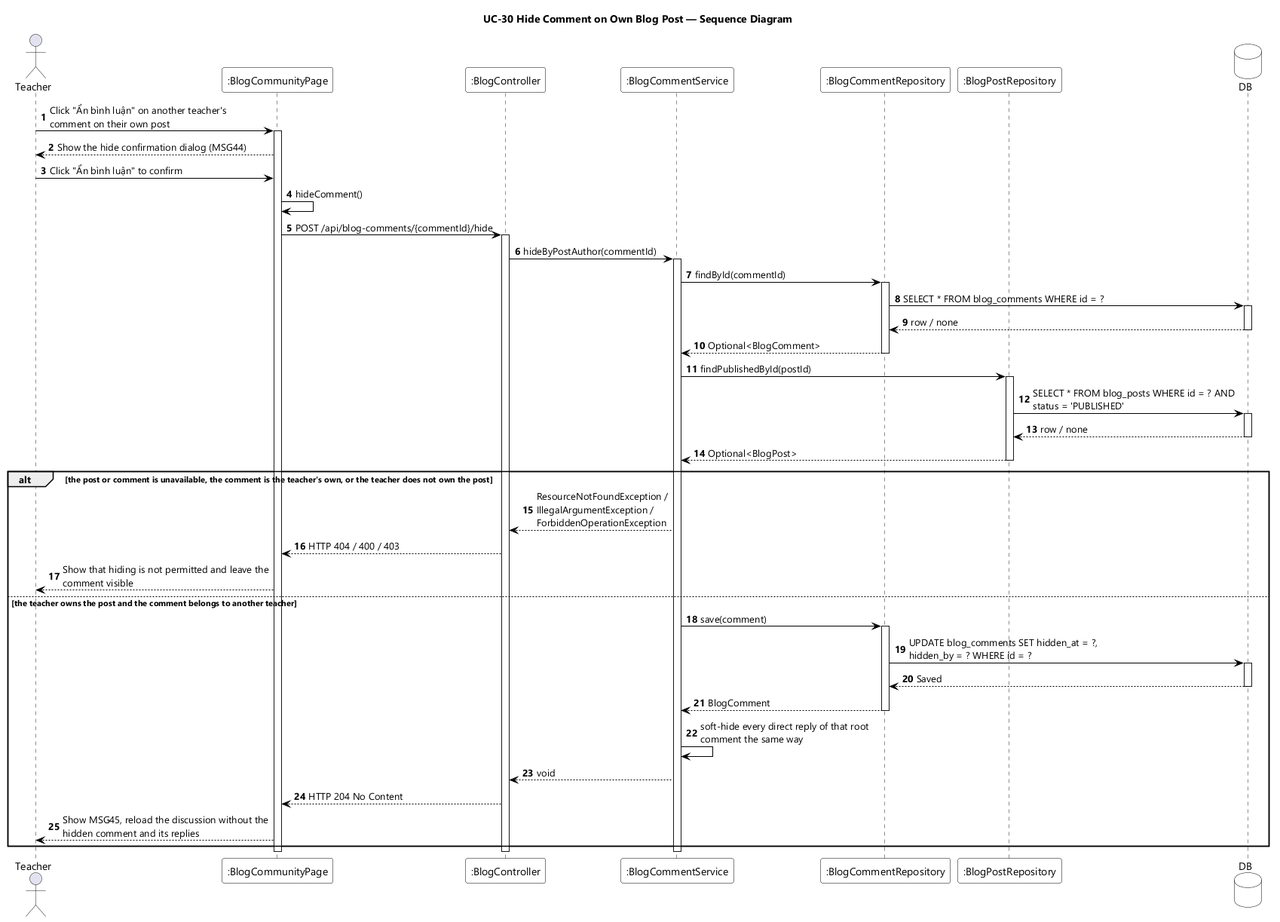
Earlier version of the PlantUML export designs/sds-diagrams/uc30/uc30-sequence-diagram.png (EduA-system/EduA-system). Its diagram source:
```plantuml
@startuml UC-30 Hide Comment on Own Blog Post - Sequence Diagram
skinparamlocked dpi 96
skinparam defaultFontName "Segoe UI"
skinparam shadowing false
skinparam ParticipantBackgroundColor #FFFFFF
skinparam ParticipantBorderColor #000000
skinparam DatabaseBackgroundColor #FFFFFF
skinparam DatabaseBorderColor #000000
skinparam ArrowColor #000000
skinparam sequenceMessageAlign left
skinparam maxMessageSize 280
title UC-30 Hide Comment on Own Blog Post — Sequence Diagram

actor Teacher
participant ":BlogCommunityPage" as UI
participant ":BlogController" as CTL
participant ":BlogCommentService" as SVC
participant ":BlogCommentRepository" as CREPO
participant ":BlogPostRepository" as PREPO
database DB

autonumber
Teacher -> UI : Click "Ẩn bình luận" on another teacher's comment on their own post
activate UI
UI --> Teacher : Show the hide confirmation dialog (MSG44)
Teacher -> UI : Click "Ẩn bình luận" to confirm
UI -> UI : hideComment()
UI -> CTL : POST /api/blog-comments/{commentId}/hide
activate CTL
CTL -> SVC : hideByPostAuthor(commentId)
activate SVC

SVC -> CREPO : findById(commentId)
activate CREPO
CREPO -> DB : SELECT * FROM blog_comments WHERE id = ?
activate DB
DB --> CREPO : row / none
deactivate DB
CREPO --> SVC : Optional<BlogComment>
deactivate CREPO

SVC -> PREPO : findPublishedById(postId)
activate PREPO
PREPO -> DB : SELECT * FROM blog_posts WHERE id = ? AND status = 'PUBLISHED'
activate DB
DB --> PREPO : row / none
deactivate DB
PREPO --> SVC : Optional<BlogPost>
deactivate PREPO

alt the post or comment is unavailable, the comment is the teacher's own, or the teacher does not own the post
  SVC --> CTL : ResourceNotFoundException / IllegalArgumentException / ForbiddenOperationException
  CTL --> UI : HTTP 404 / 400 / 403
  UI --> Teacher : Show that hiding is not permitted and leave the comment visible

else the teacher owns the post and the comment belongs to another teacher
  SVC -> CREPO : save(comment)
  activate CREPO
  CREPO -> DB : UPDATE blog_comments SET hidden_at = ?, hidden_by = ? WHERE id = ?
  activate DB
  DB --> CREPO : Saved
  deactivate DB
  CREPO --> SVC : BlogComment
  deactivate CREPO
  SVC -> SVC : soft-hide every direct reply of that root comment the same way
  SVC --> CTL : void
  CTL --> UI : HTTP 204 No Content
  UI --> Teacher : Show MSG45, reload the discussion without the hidden comment and its replies
end

deactivate SVC
deactivate CTL
deactivate UI
@enduml
```
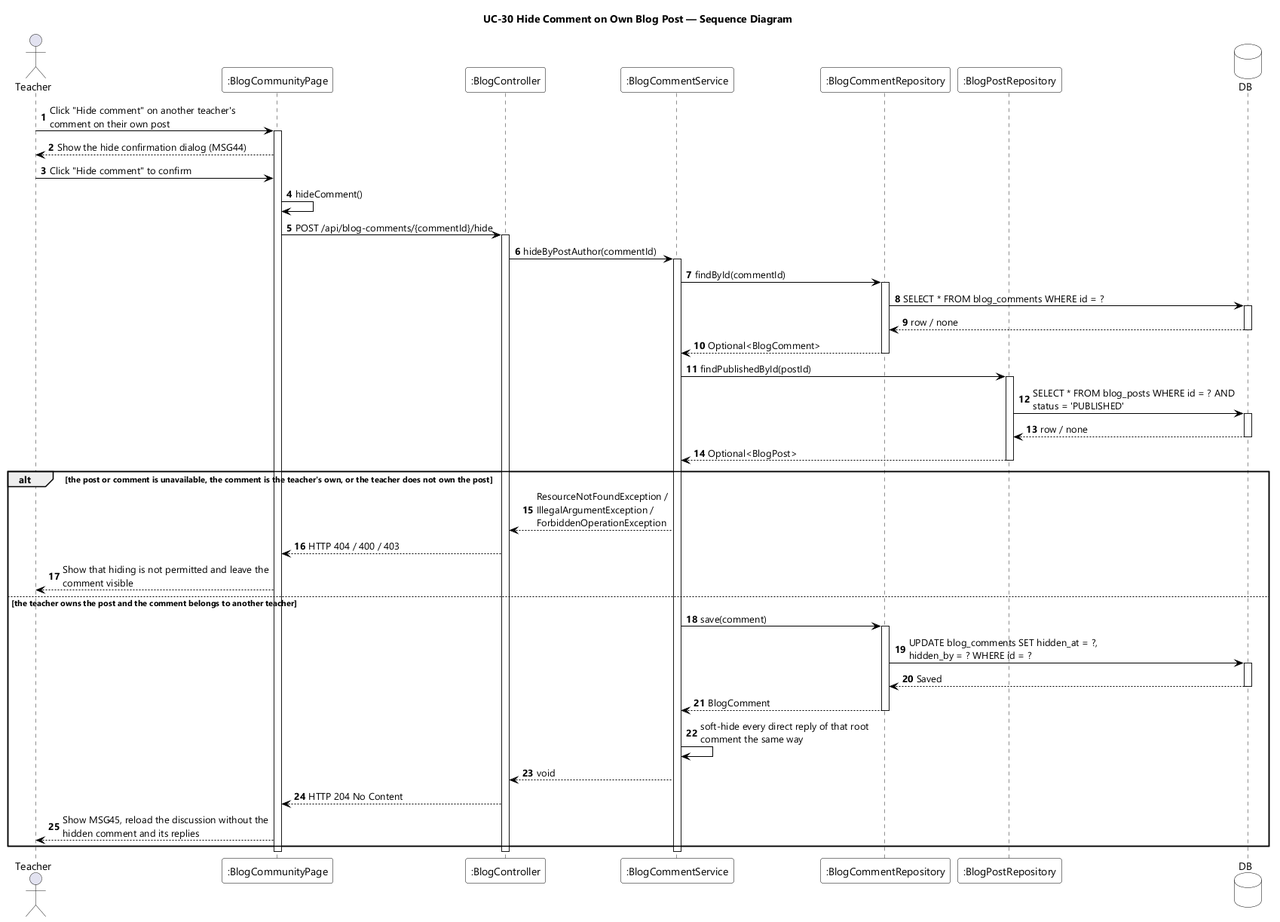
After the commit.

Change to the diagram source:
```diff
@@ -20,10 +20,10 @@
 database DB
 
 autonumber
-Teacher -> UI : Click "Ẩn bình luận" on another teacher's comment on their own post
+Teacher -> UI : Click "Hide comment" on another teacher's comment on their own post
 activate UI
 UI --> Teacher : Show the hide confirmation dialog (MSG44)
-Teacher -> UI : Click "Ẩn bình luận" to confirm
+Teacher -> UI : Click "Hide comment" to confirm
 UI -> UI : hideComment()
 UI -> CTL : POST /api/blog-comments/{commentId}/hide
 activate CTL
```
